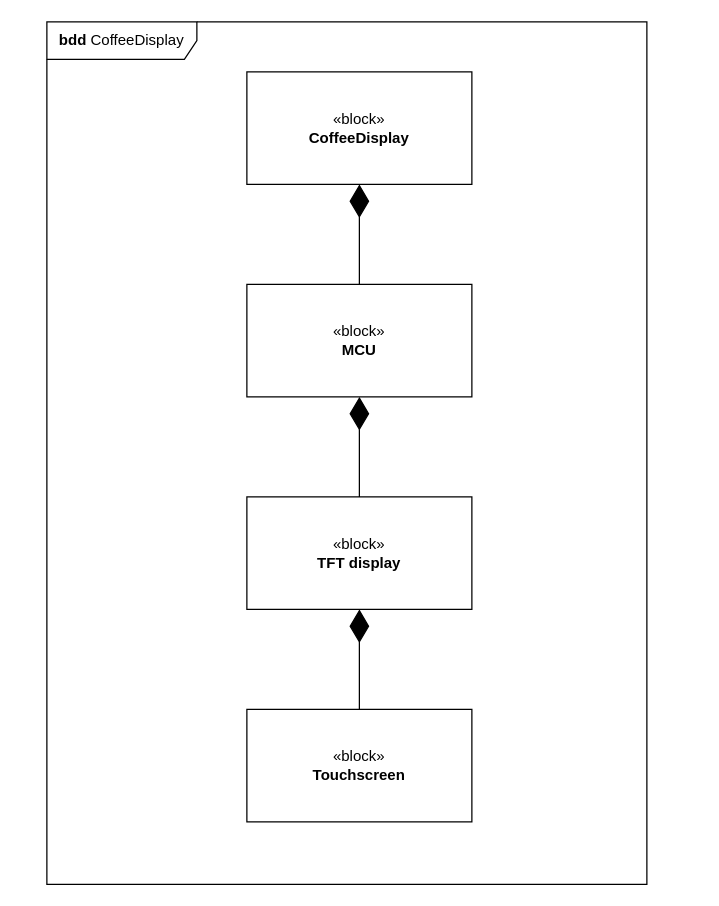
flamefir/AMS-Final-Project keeps this draw.io diagram as Rapport/Arkitektur/systemArkitektur_bdd.drawio. Above is the earlier version. Source tidied: cells renumbered, new cells numbered last; positions are measured from the earlier drawing's top-left corner, leaving out a move shared by most shapes. Both pictures are drawn from the tidied source at 125%, with x=0, y=0 at pixel (46, 21).
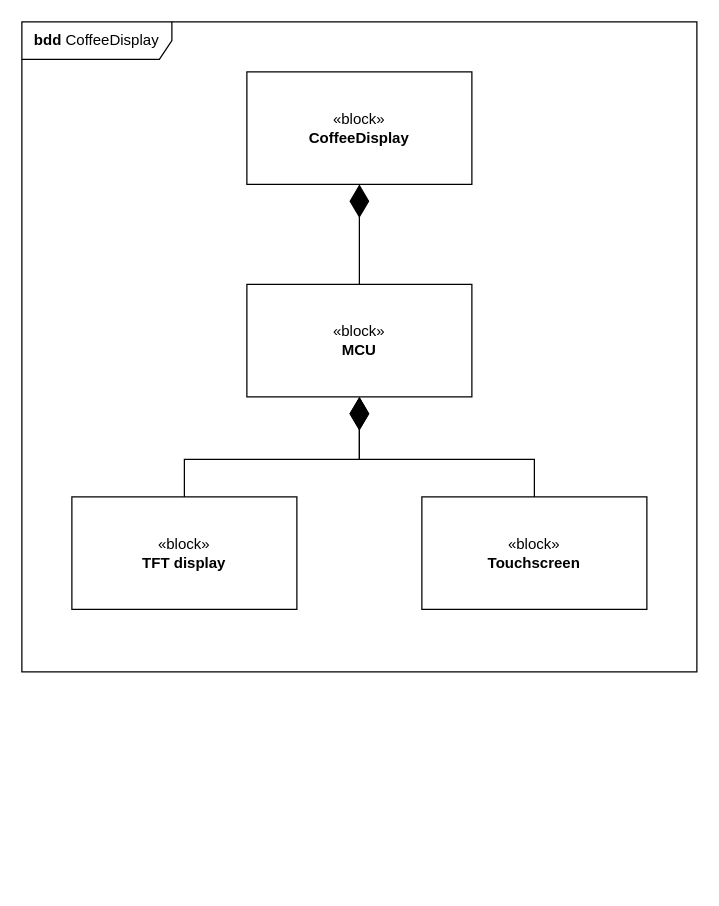
After the change.

The edit, as a diff of the source:
```diff
@@
 <mxGraphModel>
   <root>
     <mxCell id="0" />
     <mxCell id="1" parent="0" />
     <mxCell id="2" value="«block»&lt;br&gt;&lt;b&gt;CoffeeDisplay&lt;/b&gt;" style="html=1;whiteSpace=wrap;" parent="1" vertex="1">
       <mxGeometry x="160" y="40" width="180" height="90" as="geometry" />
     </mxCell>
     <mxCell id="3" value="&lt;b&gt;bdd &lt;/b&gt;CoffeeDisplay" style="shape=umlFrame;whiteSpace=wrap;html=1;width=120;height=30;" parent="1" vertex="1">
-      <mxGeometry width="480" height="690" as="geometry" />
+      <mxGeometry x="-20" width="540" height="520" as="geometry" />
     </mxCell>
     <mxCell id="4" value="«block»&lt;br&gt;&lt;b&gt;MCU&lt;/b&gt;" style="html=1;whiteSpace=wrap;" parent="1" vertex="1">
       <mxGeometry x="160" y="210" width="180" height="90" as="geometry" />
     </mxCell>
     <mxCell id="5" value="«block»&lt;br&gt;&lt;b&gt;TFT display&lt;/b&gt;" style="html=1;whiteSpace=wrap;" parent="1" vertex="1">
-      <mxGeometry x="160" y="380" width="180" height="90" as="geometry" />
+      <mxGeometry x="20" y="380" width="180" height="90" as="geometry" />
     </mxCell>
     <mxCell id="6" value="«block»&lt;br&gt;&lt;b&gt;Touchscreen&lt;/b&gt;" style="html=1;whiteSpace=wrap;" parent="1" vertex="1">
-      <mxGeometry x="160" y="550" width="180" height="90" as="geometry" />
+      <mxGeometry x="300" y="380" width="180" height="90" as="geometry" />
     </mxCell>
-    <mxCell id="7" style="endArrow=diamondThin;endFill=1;endSize=24;html=1;rounded=0;entryX=0.5;entryY=1;entryDx=0;entryDy=0;exitX=0.5;exitY=0;exitDx=0;exitDy=0;" parent="1" edge="1" source="6" target="5">
-      <mxGeometry relative="1" as="geometry" />
+    <mxCell id="7" style="endArrow=diamondThin;endFill=1;endSize=24;html=1;rounded=0;entryX=0.5;entryY=1;entryDx=0;entryDy=0;exitX=0.5;exitY=0;exitDx=0;exitDy=0;edgeStyle=orthogonalEdgeStyle;" parent="1" edge="1" source="6" target="4">
+      <mxGeometry relative="1" as="geometry">
+        <Array as="points">
+          <mxPoint x="390" y="350" />
+          <mxPoint x="250" y="350" />
+        </Array>
+      </mxGeometry>
     </mxCell>
-    <mxCell id="8" style="endArrow=diamondThin;endFill=1;endSize=24;html=1;rounded=0;entryX=0.5;entryY=1;entryDx=0;entryDy=0;exitX=0.5;exitY=0;exitDx=0;exitDy=0;" parent="1" edge="1" source="5" target="4">
-      <mxGeometry relative="1" as="geometry" />
+    <mxCell id="8" style="endArrow=diamondThin;endFill=1;endSize=24;html=1;rounded=0;entryX=0.5;entryY=1;entryDx=0;entryDy=0;exitX=0.5;exitY=0;exitDx=0;exitDy=0;edgeStyle=orthogonalEdgeStyle;" parent="1" edge="1" source="5" target="4">
+      <mxGeometry relative="1" as="geometry">
+        <Array as="points">
+          <mxPoint x="110" y="350" />
+          <mxPoint x="250" y="350" />
+        </Array>
+      </mxGeometry>
     </mxCell>
     <mxCell id="9" style="endArrow=diamondThin;endFill=1;endSize=24;html=1;rounded=0;entryX=0.5;entryY=1;entryDx=0;entryDy=0;exitX=0.5;exitY=0;exitDx=0;exitDy=0;" parent="1" edge="1" source="4" target="2">
       <mxGeometry relative="1" as="geometry" />
     </mxCell>
   </root>
 </mxGraphModel>
```
